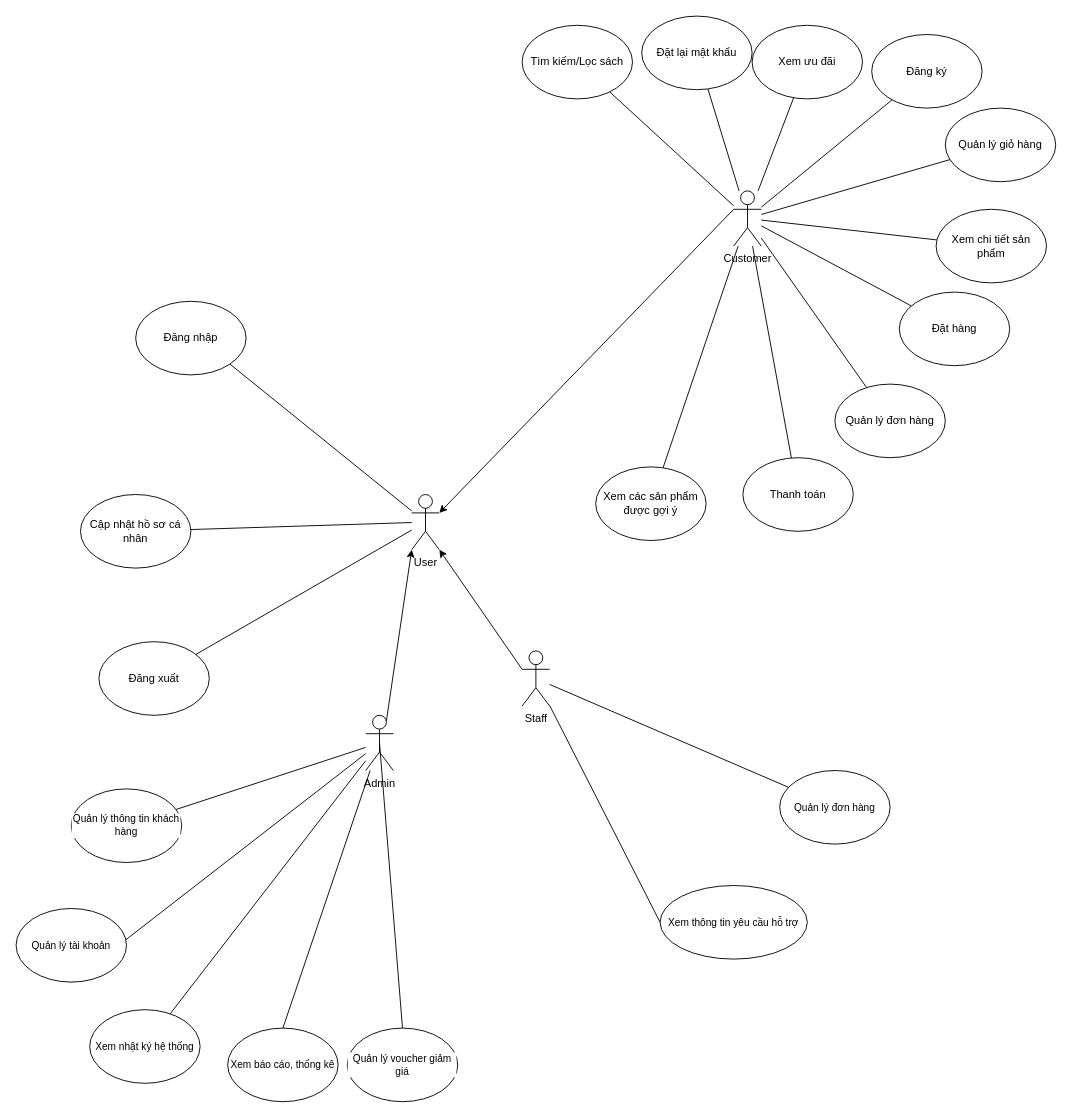
The draw.io diagram page "Tổng quát" (1 of 5) of Usecase Diagram Bookstore.drawio in KaNguyen3005/Bookstore-System, before the edit. Source tidied: cells renumbered, new cells numbered last; positions are measured from the earlier drawing's top-left corner, leaving out a move shared by most shapes. Both pictures are drawn from the tidied source at 92%, with x=0, y=0 at pixel (16, 16).
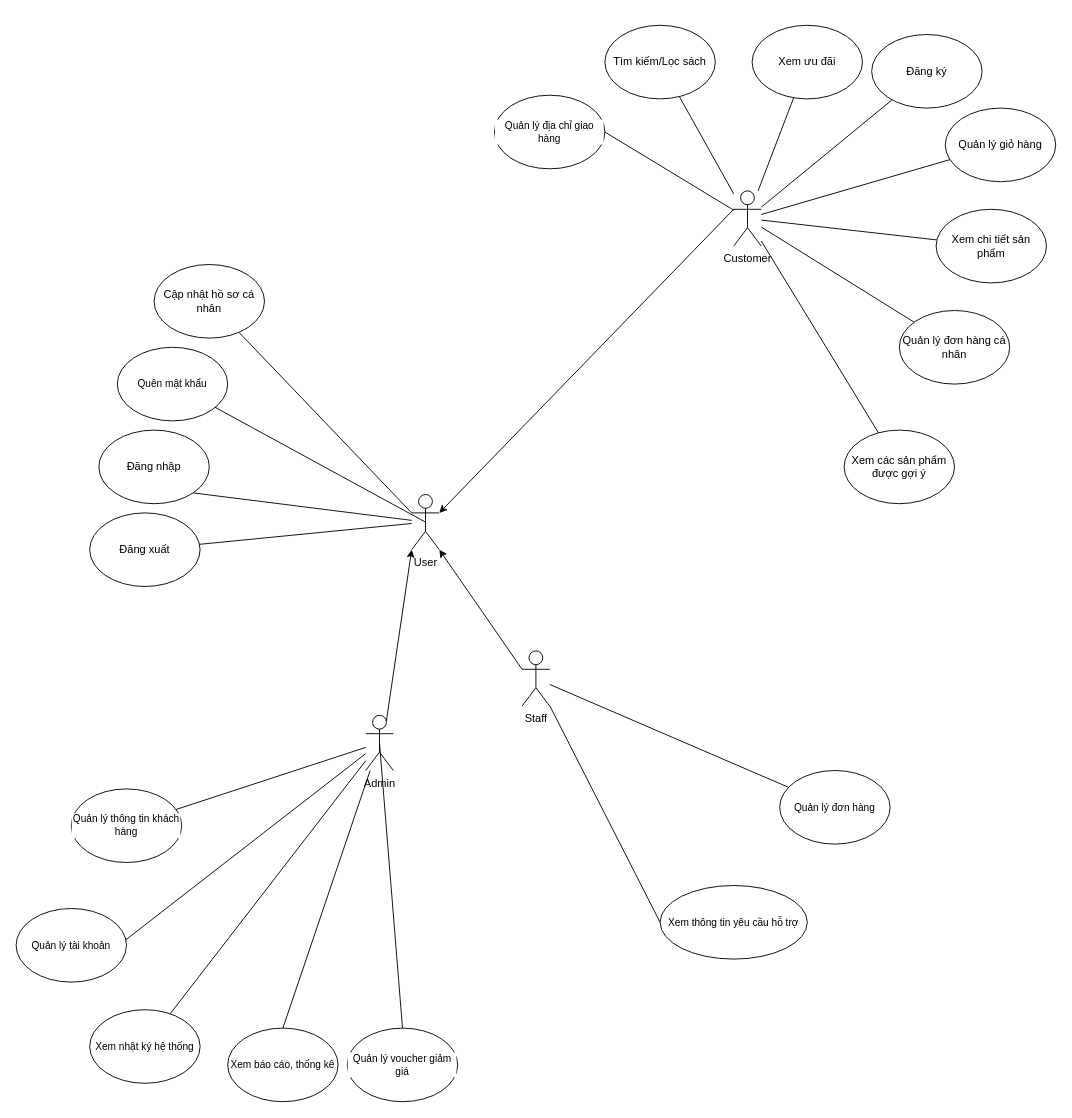
The same page after the edit.

Unchanged cells that the change refers to:
```xml
<mxCell id="20" value="Customer" style="shape=umlActor;verticalLabelPosition=bottom;verticalAlign=top;html=1;outlineConnect=0;" parent="1" vertex="1">
  <mxGeometry x="780" y="190" width="30" height="60" as="geometry" />
</mxCell>
<mxCell id="30" value="User" style="shape=umlActor;verticalLabelPosition=bottom;verticalAlign=top;html=1;outlineConnect=0;" parent="1" vertex="1">
  <mxGeometry x="430" y="520" width="30" height="60" as="geometry" />
</mxCell>
```

The edit, as a diff of the source:
```diff
@@
-    <mxCell id="11" style="edgeStyle=none;shape=connector;rounded=0;jettySize=auto;html=1;strokeColor=default;align=center;verticalAlign=middle;fontFamily=Helvetica;fontSize=11;fontColor=default;labelBackgroundColor=default;endArrow=none;endFill=0;" parent="1" edge="1" source="20" target="21">
-      <mxGeometry relative="1" as="geometry" />
-    </mxCell>
-    <mxCell id="12" style="edgeStyle=none;shape=connector;rounded=0;jettySize=auto;html=1;strokeColor=default;align=center;verticalAlign=middle;fontFamily=Helvetica;fontSize=11;fontColor=default;labelBackgroundColor=default;endArrow=none;endFill=0;" parent="1" edge="1" source="20" target="36">
-      <mxGeometry relative="1" as="geometry" />
-    </mxCell>
@@
-    <mxCell id="14" style="edgeStyle=none;shape=connector;rounded=0;jettySize=auto;html=1;strokeColor=default;align=center;verticalAlign=middle;fontFamily=Helvetica;fontSize=11;fontColor=default;labelBackgroundColor=default;endArrow=none;endFill=0;" parent="1" edge="1" source="20" target="23">
-      <mxGeometry relative="1" as="geometry" />
-    </mxCell>
@@
+    <mxCell id="28" style="edgeStyle=none;shape=connector;rounded=0;jettySize=auto;html=1;strokeColor=default;align=center;verticalAlign=middle;fontFamily=Helvetica;fontSize=11;fontColor=default;labelBackgroundColor=default;endArrow=none;endFill=0;exitX=0;exitY=0.3333333333333333;exitDx=0;exitDy=0;exitPerimeter=0;" parent="1" edge="1" source="30" target="35">
+      <mxGeometry relative="1" as="geometry" />
+    </mxCell>
+    <mxCell id="49" style="edgeStyle=none;shape=connector;rounded=0;jettySize=auto;html=1;entryX=1;entryY=0.5;entryDx=0;entryDy=0;strokeColor=default;align=center;verticalAlign=middle;fontFamily=Helvetica;fontSize=11;fontColor=default;labelBackgroundColor=default;endArrow=none;endFill=0;" parent="1" edge="1" source="20" target="52">
+      <mxGeometry relative="1" as="geometry" />
+    </mxCell>
@@
-    <mxCell id="21" value="Đặt hàng" style="ellipse;whiteSpace=wrap;html=1;" parent="1" vertex="1">
-      <mxGeometry x="960" y="300" width="120" height="80" as="geometry" />
-    </mxCell>
-    <mxCell id="22" value="Quản lý đơn hàng" style="ellipse;whiteSpace=wrap;html=1;" parent="1" vertex="1">
-      <mxGeometry x="890" y="400" width="120" height="80" as="geometry" />
+    <mxCell id="22" value="Quản lý đơn hàng cá nhân" style="ellipse;whiteSpace=wrap;html=1;" parent="1" vertex="1">
+      <mxGeometry x="960" y="320" width="120" height="80" as="geometry" />
     </mxCell>
-    <mxCell id="23" value="Đặt lại mật khẩu" style="ellipse;whiteSpace=wrap;html=1;" parent="1" vertex="1">
-      <mxGeometry x="680" width="120" height="80" as="geometry" />
-    </mxCell>
@@
     <mxCell id="26" value="Tìm kiếm/Lọc sách" style="ellipse;whiteSpace=wrap;html=1;" parent="1" vertex="1">
-      <mxGeometry x="550" y="10" width="120" height="80" as="geometry" />
+      <mxGeometry x="640" y="10" width="120" height="80" as="geometry" />
     </mxCell>
@@
-    <mxCell id="28" style="edgeStyle=none;shape=connector;rounded=0;jettySize=auto;html=1;strokeColor=default;align=center;verticalAlign=middle;fontFamily=Helvetica;fontSize=11;fontColor=default;labelBackgroundColor=default;endArrow=none;endFill=0;" parent="1" edge="1" source="30" target="35">
-      <mxGeometry relative="1" as="geometry" />
-    </mxCell>
@@
     <mxCell id="31" value="Đăng nhập" style="ellipse;whiteSpace=wrap;html=1;" parent="1" vertex="1">
-      <mxGeometry x="130" y="310" width="120" height="80" as="geometry" />
+      <mxGeometry x="90" y="450" width="120" height="80" as="geometry" />
     </mxCell>
     <mxCell id="32" value="Đăng xuất" style="ellipse;whiteSpace=wrap;html=1;" parent="1" vertex="1">
-      <mxGeometry x="90" y="680" width="120" height="80" as="geometry" />
+      <mxGeometry x="80" y="540" width="120" height="80" as="geometry" />
     </mxCell>
     <mxCell id="33" value="Xem các sản phẩm được gợi ý" style="ellipse;whiteSpace=wrap;html=1;" parent="1" vertex="1">
-      <mxGeometry x="630" y="490" width="120" height="80" as="geometry" />
+      <mxGeometry x="900" y="450" width="120" height="80" as="geometry" />
     </mxCell>
@@
     <mxCell id="35" value="Cập nhật hồ sơ cá nhân" style="ellipse;whiteSpace=wrap;html=1;" parent="1" vertex="1">
-      <mxGeometry x="70" y="520" width="120" height="80" as="geometry" />
+      <mxGeometry x="150" y="270" width="120" height="80" as="geometry" />
     </mxCell>
-    <mxCell id="36" value="Thanh toán" style="ellipse;whiteSpace=wrap;html=1;" parent="1" vertex="1">
-      <mxGeometry x="790" y="480" width="120" height="80" as="geometry" />
-    </mxCell>
@@
+    <mxCell id="50" value="Quên mật khẩu" style="ellipse;whiteSpace=wrap;html=1;fontFamily=Helvetica;fontSize=11;fontColor=default;labelBackgroundColor=default;" parent="1" vertex="1">
+      <mxGeometry x="110" y="360" width="120" height="80" as="geometry" />
+    </mxCell>
+    <mxCell id="51" style="edgeStyle=none;shape=connector;rounded=0;jettySize=auto;html=1;entryX=0.5;entryY=0.5;entryDx=0;entryDy=0;entryPerimeter=0;strokeColor=default;align=center;verticalAlign=middle;fontFamily=Helvetica;fontSize=11;fontColor=default;labelBackgroundColor=default;endArrow=none;endFill=0;" parent="1" edge="1" source="50" target="30">
+      <mxGeometry relative="1" as="geometry" />
+    </mxCell>
+    <mxCell id="52" value="Quản lý địa chỉ giao hàng" style="ellipse;whiteSpace=wrap;html=1;fontFamily=Helvetica;fontSize=11;fontColor=default;labelBackgroundColor=default;" parent="1" vertex="1">
+      <mxGeometry x="520" y="86" width="120" height="80" as="geometry" />
+    </mxCell>
```
